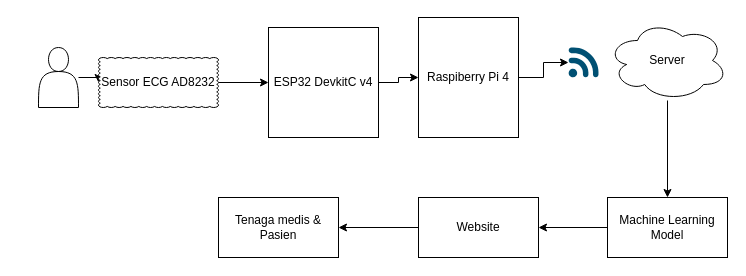
Before: Untitled Diagram.drawio in AbuSafwan1/Pygame, a draw.io diagram. Source tidied: cells renumbered, new cells numbered last; positions are measured from the earlier drawing's top-left corner, leaving out a move shared by most shapes. Both pictures are drawn from the tidied source at 100%, with x=0, y=0 at pixel (38, 17).
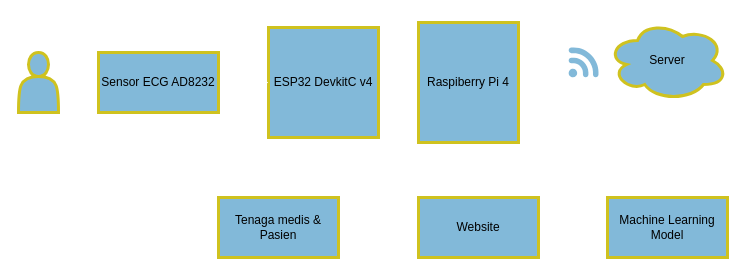
After the change.

What changed in the source:
```diff
@@
-    <mxCell id="2" style="edgeStyle=orthogonalEdgeStyle;rounded=0;jettySize=auto;html=1;" parent="1" edge="1" source="3" target="14">
-      <mxGeometry relative="1" as="geometry" />
+    <mxCell id="2" style="edgeStyle=orthogonalEdgeStyle;rounded=0;jettySize=auto;html=1;strokeColor=#FFFFFF;" parent="1" edge="1" source="3">
+      <mxGeometry relative="1" as="geometry">
+        <mxPoint x="60" y="65" as="targetPoint" />
+      </mxGeometry>
     </mxCell>
+    <mxCell id="18" style="edgeStyle=orthogonalEdgeStyle;rounded=0;jettySize=auto;html=1;strokeColor=#FFFFFF;" parent="1" edge="1" source="3" target="14">
+      <mxGeometry relative="1" as="geometry" />
+    </mxCell>
-    <mxCell id="3" style="shape=actor;whiteSpace=wrap;html=1;" parent="1" vertex="1">
-      <mxGeometry y="30" width="40" height="60" as="geometry" />
+    <mxCell id="3" style="shape=actor;whiteSpace=wrap;html=1;strokeColor=#CFC21F;fillColor=#82B9D9;strokeWidth=3;" parent="1" vertex="1">
+      <mxGeometry x="-20" y="35" width="40" height="60" as="geometry" />
     </mxCell>
-    <mxCell id="4" style="edgeStyle=orthogonalEdgeStyle;rounded=0;jettySize=auto;html=1;" parent="1" edge="1" source="5" target="7">
+    <mxCell id="4" style="edgeStyle=orthogonalEdgeStyle;rounded=0;jettySize=auto;html=1;strokeColor=#FFFFFF;" parent="1" edge="1" source="5" target="7">
       <mxGeometry relative="1" as="geometry" />
     </mxCell>
-    <mxCell id="5" value="ESP32 DevkitC v4" style="rounded=0;whiteSpace=wrap;html=1;" parent="1" vertex="1">
+    <mxCell id="5" value="ESP32 DevkitC v4" style="rounded=0;whiteSpace=wrap;html=1;fillColor=#82B9D9;strokeColor=#CFC21F;strokeWidth=3;" parent="1" vertex="1">
       <mxGeometry x="230" y="10" width="110" height="110" as="geometry" />
     </mxCell>
-    <mxCell id="6" style="edgeStyle=orthogonalEdgeStyle;rounded=0;jettySize=auto;html=1;" parent="1" edge="1" source="7" target="8">
+    <mxCell id="6" style="edgeStyle=orthogonalEdgeStyle;rounded=0;jettySize=auto;html=1;strokeColor=#FFFFFF;" parent="1" edge="1" source="7" target="8">
       <mxGeometry relative="1" as="geometry" />
     </mxCell>
-    <mxCell id="7" value="Raspiberry Pi 4 " style="rounded=0;whiteSpace=wrap;html=1;" parent="1" vertex="1">
-      <mxGeometry x="380" width="100" height="120" as="geometry" />
+    <mxCell id="7" value="Raspiberry Pi 4 " style="rounded=0;whiteSpace=wrap;html=1;fillColor=#82B9D9;strokeColor=#CFC21F;strokeWidth=3;" parent="1" vertex="1">
+      <mxGeometry x="380" y="5" width="100" height="120" as="geometry" />
     </mxCell>
-    <mxCell id="8" style="points=[[0.005,0.09,0],[0.08,0,0],[0.76,0.25,0],[1,0.92,0],[0.91,0.995,0],[0.57,0.995,0],[0.045,0.955,0],[0.005,0.43,0]];verticalLabelPosition=bottom;sketch=0;html=1;verticalAlign=top;align=center;shape=mxgraph.cisco19.3g_4g_indicator;fillColor=#005073;strokeColor=none;" parent="1" vertex="1">
+    <mxCell id="8" style="points=[[0.005,0.09,0],[0.08,0,0],[0.76,0.25,0],[1,0.92,0],[0.91,0.995,0],[0.57,0.995,0],[0.045,0.955,0],[0.005,0.43,0]];verticalLabelPosition=bottom;sketch=0;html=1;verticalAlign=top;align=center;shape=mxgraph.cisco19.3g_4g_indicator;fillColor=#82B9D9;strokeColor=#CFC21F;strokeWidth=3;" parent="1" vertex="1">
       <mxGeometry x="530" y="30" width="30" height="30" as="geometry" />
     </mxCell>
-    <mxCell id="9" style="edgeStyle=orthogonalEdgeStyle;rounded=0;jettySize=auto;html=1;" parent="1" edge="1" source="10" target="12">
+    <mxCell id="9" style="edgeStyle=orthogonalEdgeStyle;rounded=0;jettySize=auto;html=1;strokeColor=#FFFFFF;" parent="1" edge="1" source="10" target="12">
       <mxGeometry relative="1" as="geometry" />
     </mxCell>
-    <mxCell id="10" value="Server" style="ellipse;shape=cloud;whiteSpace=wrap;html=1;" parent="1" vertex="1">
+    <mxCell id="10" value="Server" style="ellipse;shape=cloud;whiteSpace=wrap;html=1;fillColor=#82B9D9;strokeColor=#CFC21F;strokeWidth=3;" parent="1" vertex="1">
       <mxGeometry x="569" y="3" width="120" height="80" as="geometry" />
     </mxCell>
-    <mxCell id="11" style="edgeStyle=orthogonalEdgeStyle;rounded=0;jettySize=auto;html=1;" parent="1" edge="1" source="12" target="16">
+    <mxCell id="11" style="edgeStyle=orthogonalEdgeStyle;rounded=0;jettySize=auto;html=1;strokeColor=#FFFFFF;" parent="1" edge="1" source="12" target="16">
       <mxGeometry relative="1" as="geometry" />
     </mxCell>
-    <mxCell id="12" value="Machine Learning Model" style="whiteSpace=wrap;html=1;" parent="1" vertex="1">
+    <mxCell id="12" value="Machine Learning Model" style="whiteSpace=wrap;html=1;strokeColor=#CFC21F;fillColor=#82B9D9;strokeWidth=3;" parent="1" vertex="1">
       <mxGeometry x="569" y="180" width="120" height="60" as="geometry" />
     </mxCell>
-    <mxCell id="13" style="edgeStyle=orthogonalEdgeStyle;rounded=0;jettySize=auto;html=1;" parent="1" edge="1" source="14" target="5">
-      <mxGeometry relative="1" as="geometry" />
+    <mxCell id="13" style="edgeStyle=orthogonalEdgeStyle;rounded=0;jettySize=auto;html=1;strokeColor=#FFFFFF;" parent="1" edge="1" target="5">
+      <mxGeometry relative="1" as="geometry">
+        <mxPoint x="180" y="65" as="sourcePoint" />
+      </mxGeometry>
     </mxCell>
-    <mxCell id="14" value="Sensor ECG AD8232" style="whiteSpace=wrap;html=1;shape=mxgraph.basic.cloud_rect;" parent="1" vertex="1">
-      <mxGeometry x="60" y="40" width="120" height="50" as="geometry" />
-    </mxCell>
-    <mxCell id="15" style="edgeStyle=orthogonalEdgeStyle;rounded=0;jettySize=auto;html=1;" parent="1" edge="1" source="16" target="17">
+    <mxCell id="15" style="edgeStyle=orthogonalEdgeStyle;rounded=0;jettySize=auto;html=1;strokeColor=#FFFFFF;" parent="1" edge="1" source="16" target="17">
       <mxGeometry relative="1" as="geometry" />
     </mxCell>
-    <mxCell id="16" value="Website" style="whiteSpace=wrap;html=1;" parent="1" vertex="1">
+    <mxCell id="16" value="Website" style="whiteSpace=wrap;html=1;fillColor=#82B9D9;strokeColor=#CFC21F;strokeWidth=3;" parent="1" vertex="1">
       <mxGeometry x="380" y="180" width="120" height="60" as="geometry" />
     </mxCell>
-    <mxCell id="17" value="Tenaga medis &amp;amp; Pasien" style="whiteSpace=wrap;html=1;" parent="1" vertex="1">
+    <mxCell id="17" value="Tenaga medis &amp;amp; Pasien" style="whiteSpace=wrap;html=1;fillColor=#82B9D9;strokeColor=#CFC21F;strokeWidth=3;" parent="1" vertex="1">
       <mxGeometry x="180" y="180" width="120" height="60" as="geometry" />
     </mxCell>
+    <mxCell id="19" style="edgeStyle=orthogonalEdgeStyle;rounded=0;jettySize=auto;html=1;strokeColor=#FFFFFF;" parent="1" edge="1" source="14" target="5">
+      <mxGeometry relative="1" as="geometry" />
+    </mxCell>
+    <mxCell id="14" value="Sensor ECG AD8232" style="whiteSpace=wrap;html=1;fillColor=#82B9D9;strokeColor=#CFC21F;strokeWidth=3;" parent="1" vertex="1">
+      <mxGeometry x="60" y="35" width="120" height="60" as="geometry" />
+    </mxCell>
```
